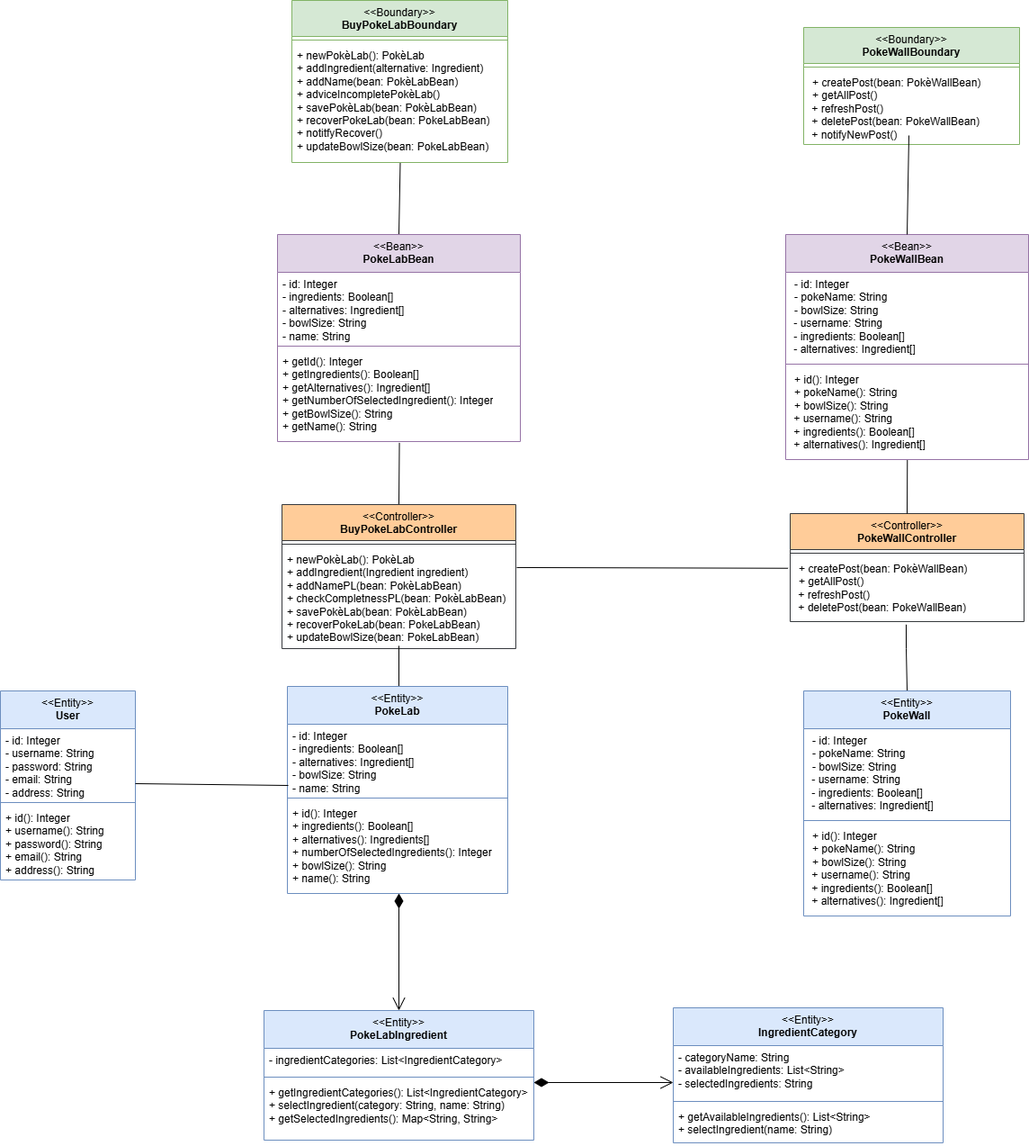
Before: diagrams/BCE.drawio.png, a diagram exported from draw.io (matteopinfildi/YourPoke-ISPWProject). Source tidied: cells renumbered, new cells last; positions are measured from the earlier drawing's top-left corner, leaving out a move shared by most shapes.
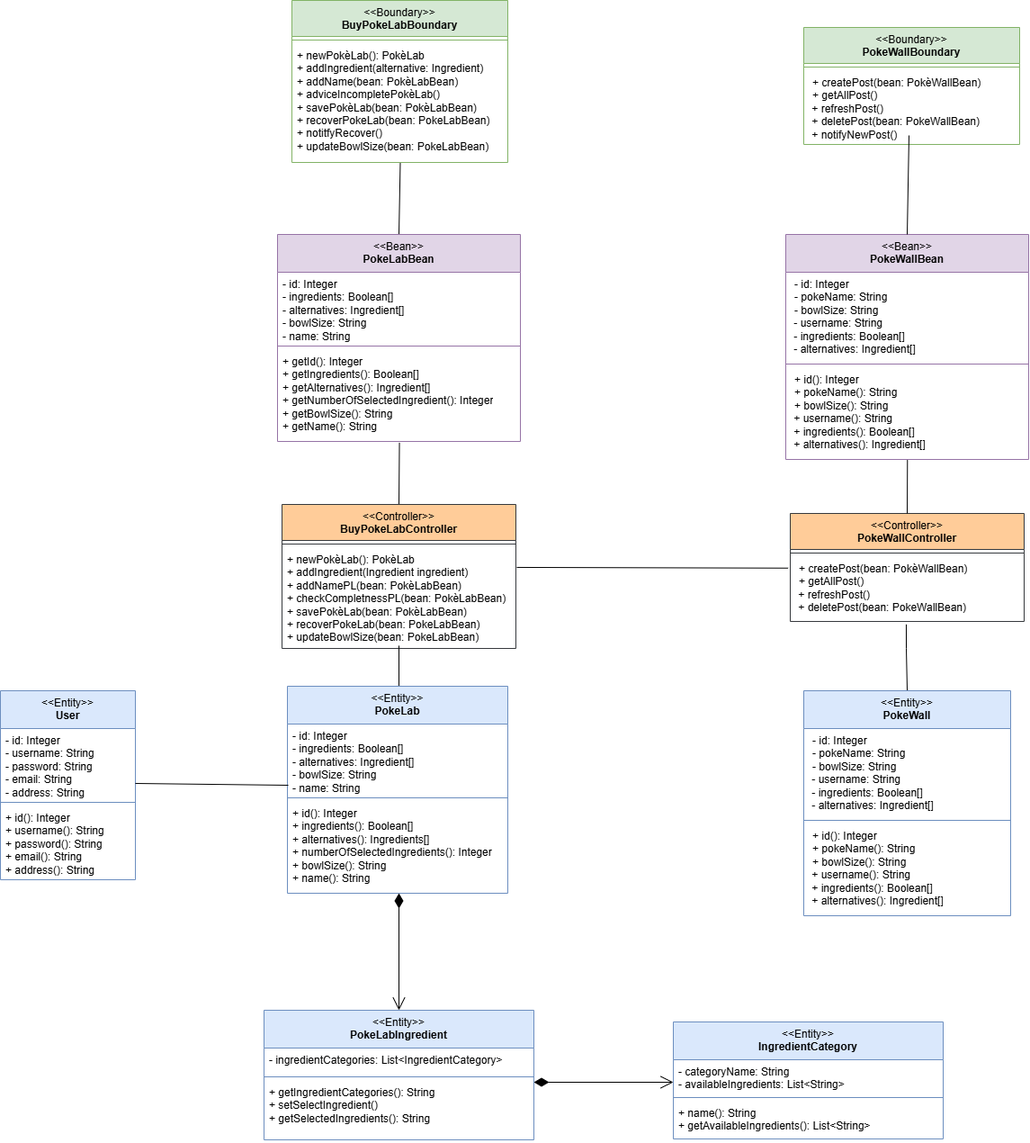
After the commit.

What changed in the source:
```diff
@@ -119,7 +119,7 @@
     <mxCell id="36" style="line;strokeWidth=1;fillColor=none;align=left;verticalAlign=middle;spacingTop=-1;spacingLeft=3;spacingRight=3;labelPosition=right;strokeColor=inherit;" parent="34" vertex="1">
       <mxGeometry y="70" width="300" height="8" as="geometry" />
     </mxCell>
-    <mxCell id="37" value="+ getIngredientCategories(): List&amp;lt;IngredientCategory&amp;gt;&lt;div&gt;+ selectIngredient(category: String, name: String)&lt;/div&gt;&lt;div&gt;+ getSelectedIngredients(): Map&amp;lt;String, String&amp;gt;&lt;/div&gt;" style="text;strokeColor=none;fillColor=none;align=left;verticalAlign=top;spacingLeft=4;spacingRight=4;overflow=hidden;whiteSpace=wrap;html=1;" parent="34" vertex="1">
+    <mxCell id="37" value="+ getIngredientCategories(): String&lt;div&gt;+ setSelectIngredient()&lt;/div&gt;&lt;div&gt;+ getSelectedIngredients(): String&lt;/div&gt;" style="text;strokeColor=none;fillColor=none;align=left;verticalAlign=top;spacingLeft=4;spacingRight=4;overflow=hidden;whiteSpace=wrap;html=1;" parent="34" vertex="1">
       <mxGeometry y="78" width="300" height="66" as="geometry" />
     </mxCell>
     <mxCell id="38" style="endArrow=open;html=1;endSize=12;startArrow=diamondThin;startSize=14;startFill=1;edgeStyle=orthogonalEdgeStyle;align=left;verticalAlign=bottom;rounded=0;" parent="1" edge="1">
@@ -129,16 +129,16 @@
       </mxGeometry>
     </mxCell>
     <mxCell id="39" value="&lt;div&gt;&lt;span style=&quot;font-weight: 400;&quot;&gt;&amp;lt;&amp;lt;Entity&amp;gt;&amp;gt;&lt;/span&gt;&lt;br&gt;&lt;/div&gt;IngredientCategory" style="swimlane;fontStyle=1;align=center;verticalAlign=top;horizontal=1;startSize=42;whiteSpace=wrap;html=1;fillColor=#dae8fc;strokeColor=#6c8ebf;" parent="1" vertex="1">
-      <mxGeometry x="748" y="1119" width="300" height="150" as="geometry" />
+      <mxGeometry x="748" y="1135" width="300" height="130" as="geometry" />
     </mxCell>
-    <mxCell id="40" value="- categoryName: String&lt;div&gt;- availableIngredients: List&amp;lt;String&amp;gt;&lt;/div&gt;&lt;div&gt;- selectedIngredients: String&lt;/div&gt;" style="text;strokeColor=none;fillColor=none;align=left;verticalAlign=top;spacingLeft=4;spacingRight=4;overflow=hidden;whiteSpace=wrap;html=1;" parent="39" vertex="1">
-      <mxGeometry y="42" width="300" height="58" as="geometry" />
+    <mxCell id="40" value="- categoryName: String&lt;div&gt;- availableIngredients: List&amp;lt;String&amp;gt;&lt;br&gt;&lt;/div&gt;" style="text;strokeColor=none;fillColor=none;align=left;verticalAlign=top;spacingLeft=4;spacingRight=4;overflow=hidden;whiteSpace=wrap;html=1;" parent="39" vertex="1">
+      <mxGeometry y="42" width="300" height="38" as="geometry" />
     </mxCell>
     <mxCell id="41" style="line;strokeWidth=1;fillColor=none;align=left;verticalAlign=middle;spacingTop=-1;spacingLeft=3;spacingRight=3;labelPosition=right;strokeColor=inherit;" parent="39" vertex="1">
-      <mxGeometry y="100" width="300" height="8" as="geometry" />
+      <mxGeometry y="80" width="300" height="8" as="geometry" />
     </mxCell>
-    <mxCell id="42" value="+ getAvailableIngredients(): List&amp;lt;String&amp;gt;&lt;div&gt;+ selectIngredient(name: String)&lt;/div&gt;" style="text;strokeColor=none;fillColor=none;align=left;verticalAlign=top;spacingLeft=4;spacingRight=4;overflow=hidden;whiteSpace=wrap;html=1;" parent="39" vertex="1">
-      <mxGeometry y="108" width="300" height="42" as="geometry" />
+    <mxCell id="42" value="&lt;div&gt;+ name(): String&lt;/div&gt;+ getAvailableIngredients(): List&amp;lt;String&amp;gt;" style="text;strokeColor=none;fillColor=none;align=left;verticalAlign=top;spacingLeft=4;spacingRight=4;overflow=hidden;whiteSpace=wrap;html=1;" parent="39" vertex="1">
+      <mxGeometry y="88" width="300" height="42" as="geometry" />
     </mxCell>
     <mxCell id="43" style="endArrow=none;html=1;rounded=0;entryX=0.501;entryY=1.007;entryDx=0;entryDy=0;entryPerimeter=0;exitX=0.5;exitY=0;exitDx=0;exitDy=0;" parent="1" edge="1" source="10" target="47">
       <mxGeometry relative="1" as="geometry" />
```
